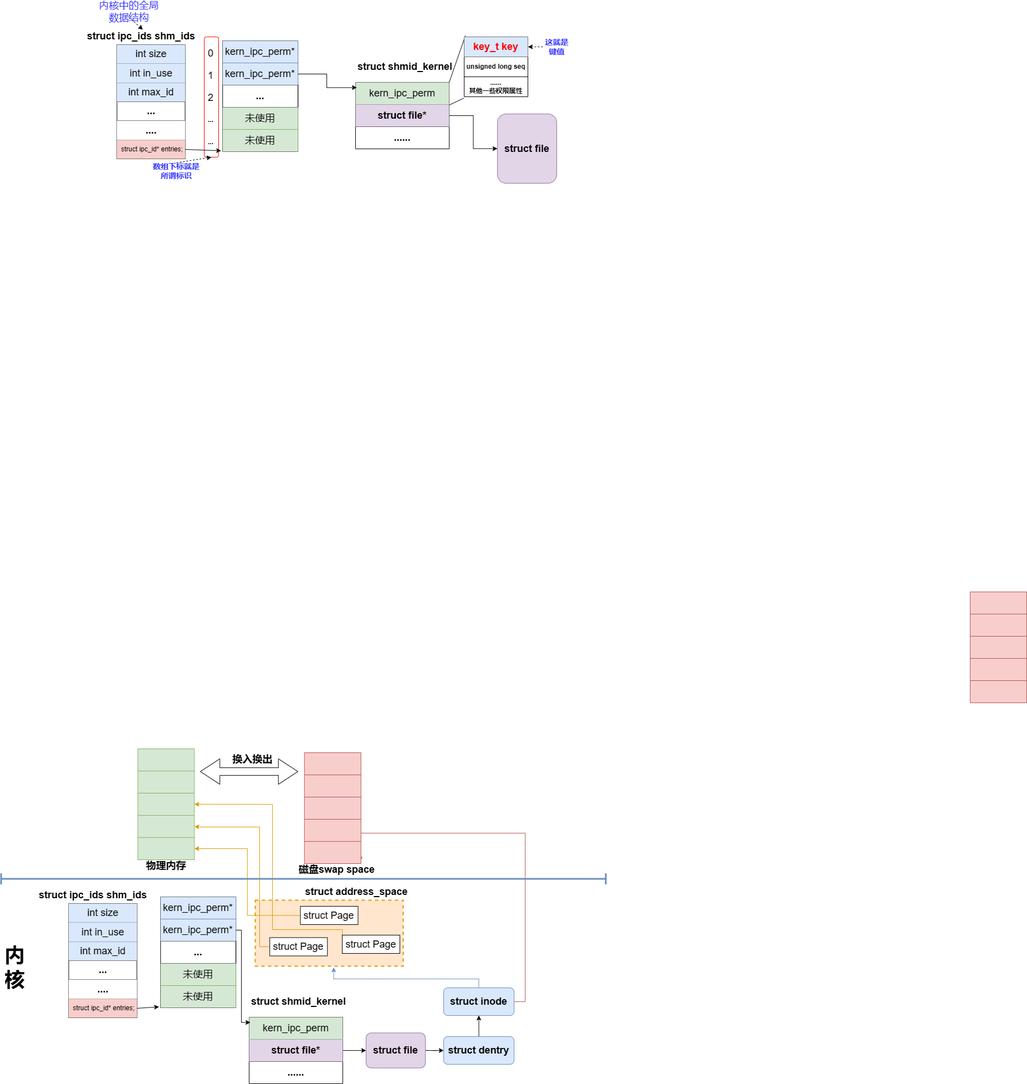
Before: OS/linux内核源代码情景分析/第六章/systemV共享内存.drawio.png, a diagram exported from draw.io (SixPlusAndTimes/drawio). Source tidied: cells renumbered, new cells last; positions are measured from the earlier drawing's top-left corner, leaving out a move shared by most shapes.
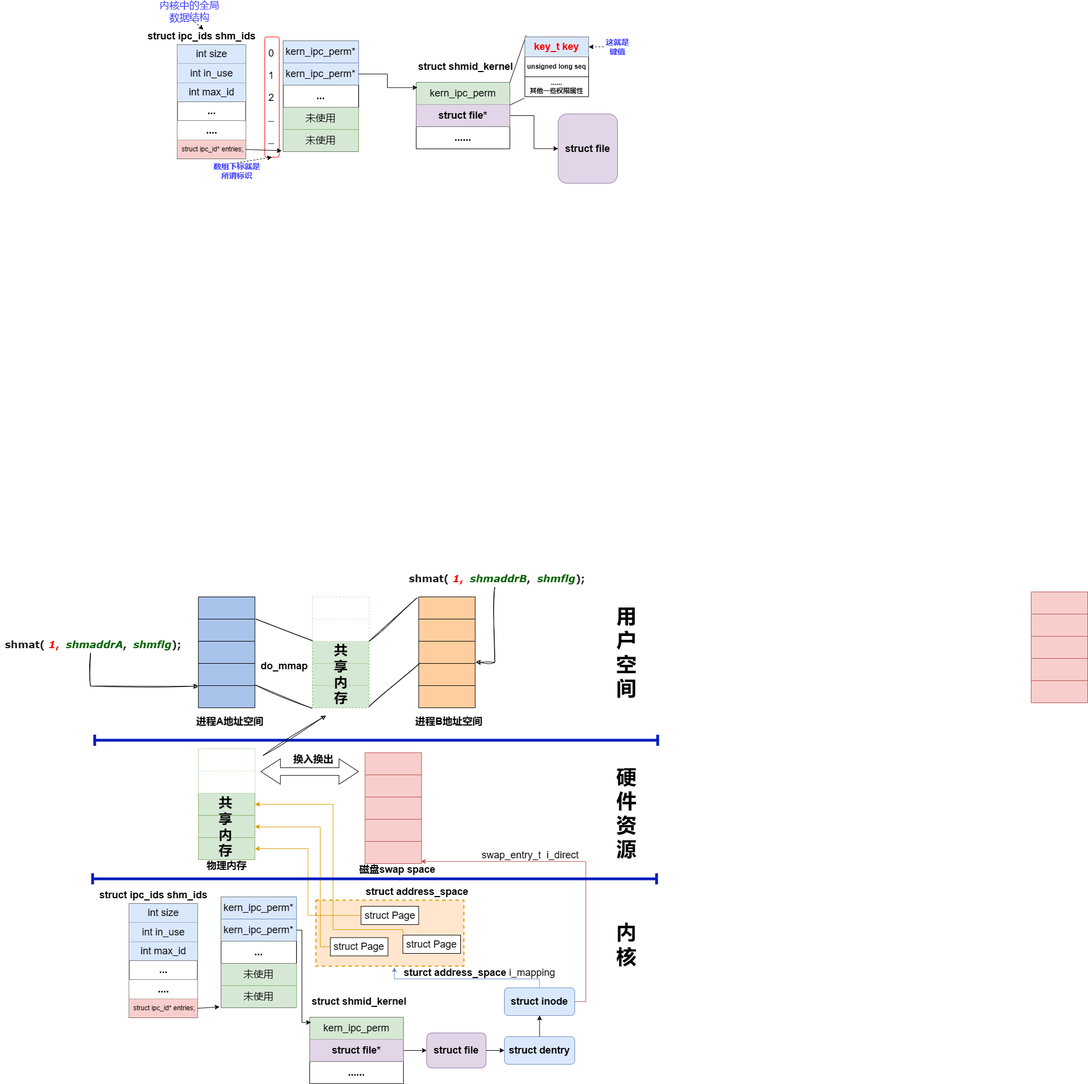
The same diagram one commit later.

Commit message:
更新systemV共享内存.drawio.png

What changed in the source:
```diff
@@ -331,3 +331,3 @@
           <mxPoint x="947" y="1795" />
-          <mxPoint x="947" y="1491" />
+          <mxPoint x="947" y="1542" />
         </Array>
@@ -458,3 +458,3 @@
     </mxCell>
-    <mxCell id="142" style="shape=partialRectangle;html=1;whiteSpace=wrap;strokeColor=inherit;overflow=hidden;fillColor=none;top=0;left=0;bottom=0;right=0;" parent="141" vertex="1">
+    <mxCell id="142" style="shape=partialRectangle;html=1;whiteSpace=wrap;overflow=hidden;top=0;left=0;bottom=0;right=0;" parent="141" vertex="1">
       <mxGeometry width="102" height="40" as="geometry" />
@@ -464,3 +464,3 @@
     </mxCell>
-    <mxCell id="144" style="shape=partialRectangle;html=1;whiteSpace=wrap;strokeColor=inherit;overflow=hidden;fillColor=none;top=0;left=0;bottom=0;right=0;" parent="143" vertex="1">
+    <mxCell id="144" style="shape=partialRectangle;html=1;whiteSpace=wrap;overflow=hidden;top=0;left=0;bottom=0;right=0;" parent="143" vertex="1">
       <mxGeometry width="102" height="40" as="geometry" />
@@ -494,8 +494,179 @@
     </mxCell>
-    <mxCell id="154" style="shape=crossbar;whiteSpace=wrap;html=1;rounded=1;direction=south;rotation=90;strokeWidth=3;fillColor=#dae8fc;strokeColor=#6c8ebf;" parent="1" vertex="1">
-      <mxGeometry x="537" y="1028" width="20" height="1091" as="geometry" />
+    <mxCell id="154" style="shape=crossbar;whiteSpace=wrap;html=1;rounded=1;direction=south;rotation=90;strokeWidth=5;fillColor=#0050ef;strokeColor=#001DBC;fontColor=#ffffff;" parent="1" vertex="1">
+      <mxGeometry x="556" y="1065" width="20" height="1017" as="geometry" />
     </mxCell>
     <mxCell id="155" value="&lt;font style=&quot;font-size: 36px;&quot;&gt;内&lt;br&gt;核&lt;/font&gt;" style="text;strokeColor=none;fillColor=none;html=1;fontSize=24;fontStyle=1;verticalAlign=middle;align=center;" parent="1" vertex="1">
-      <mxGeometry y="1693" width="51" height="80" as="geometry" />
+      <mxGeometry x="994" y="1651.5" width="51" height="80" as="geometry" />
     </mxCell>
+    <mxCell id="156" value="&lt;span style=&quot;border-color: var(--border-color);&quot;&gt;&lt;font style=&quot;border-color: var(--border-color); font-size: 18px;&quot;&gt;swap_entry_t&amp;nbsp; i_direct&lt;/font&gt;&lt;/span&gt;" style="text;html=1;strokeColor=none;fillColor=none;align=center;verticalAlign=middle;whiteSpace=wrap;rounded=0;" parent="1" vertex="1">
+      <mxGeometry x="752" y="1516" width="190" height="30" as="geometry" />
+    </mxCell>
+    <mxCell id="157" value="&lt;span style=&quot;border-color: var(--border-color);&quot;&gt;&lt;font style=&quot;border-color: var(--border-color); font-size: 18px;&quot;&gt;&lt;b style=&quot;border-color: var(--border-color); font-size: 12px;&quot;&gt;&lt;font style=&quot;border-color: var(--border-color); font-size: 18px;&quot;&gt;sturct address_space&lt;/font&gt;&lt;/b&gt;&amp;nbsp;i_mapping&lt;/font&gt;&lt;/span&gt;" style="text;html=1;strokeColor=none;fillColor=none;align=center;verticalAlign=middle;whiteSpace=wrap;rounded=0;" parent="1" vertex="1">
+      <mxGeometry x="609" y="1728" width="293" height="30" as="geometry" />
+    </mxCell>
+    <mxCell id="158" value="&lt;font style=&quot;font-size: 36px;&quot;&gt;硬&lt;br&gt;件&lt;br&gt;资&lt;br&gt;源&lt;/font&gt;" style="text;strokeColor=none;fillColor=none;html=1;fontSize=24;fontStyle=1;verticalAlign=middle;align=center;" parent="1" vertex="1">
+      <mxGeometry x="994" y="1415" width="51" height="80" as="geometry" />
+    </mxCell>
+    <mxCell id="159" style="shape=crossbar;whiteSpace=wrap;html=1;rounded=1;direction=south;rotation=90;strokeWidth=5;fillColor=#0050ef;strokeColor=#001DBC;fontColor=#ffffff;" parent="1" vertex="1">
+      <mxGeometry x="558.9" y="815.9" width="20" height="1015.2" as="geometry" />
+    </mxCell>
+    <mxCell id="160" value="&lt;font style=&quot;font-size: 36px;&quot;&gt;用&lt;br&gt;户&lt;br&gt;空&lt;br&gt;间&lt;/font&gt;" style="text;strokeColor=none;fillColor=none;html=1;fontSize=24;fontStyle=1;verticalAlign=middle;align=center;" parent="1" vertex="1">
+      <mxGeometry x="994" y="1125" width="51" height="80" as="geometry" />
+    </mxCell>
+    <mxCell id="161" style="shape=table;startSize=0;fillColor=#A9C4EB;strokeColor=default;" parent="1" vertex="1">
+      <mxGeometry x="248.2" y="1065" width="102" height="200" as="geometry" />
+    </mxCell>
+    <mxCell id="162" style="shape=tableRow;horizontal=0;startSize=0;swimlaneHead=0;swimlaneBody=0;strokeColor=inherit;top=0;left=0;bottom=0;right=0;fillColor=none;" parent="161" vertex="1">
+      <mxGeometry width="102" height="40" as="geometry" />
+    </mxCell>
+    <mxCell id="163" style="shape=partialRectangle;html=1;whiteSpace=wrap;strokeColor=inherit;overflow=hidden;fillColor=none;top=0;left=0;bottom=0;right=0;" parent="162" vertex="1">
+      <mxGeometry width="102" height="40" as="geometry" />
+    </mxCell>
+    <mxCell id="164" style="shape=tableRow;horizontal=0;startSize=0;swimlaneHead=0;swimlaneBody=0;strokeColor=inherit;top=0;left=0;bottom=0;right=0;fillColor=none;" parent="161" vertex="1">
+      <mxGeometry y="40" width="102" height="40" as="geometry" />
+    </mxCell>
+    <mxCell id="165" style="shape=partialRectangle;html=1;whiteSpace=wrap;strokeColor=inherit;overflow=hidden;fillColor=none;top=0;left=0;bottom=0;right=0;" parent="164" vertex="1">
+      <mxGeometry width="102" height="40" as="geometry" />
+    </mxCell>
+    <mxCell id="166" style="shape=tableRow;horizontal=0;startSize=0;swimlaneHead=0;swimlaneBody=0;strokeColor=inherit;top=0;left=0;bottom=0;right=0;fillColor=none;" parent="161" vertex="1">
+      <mxGeometry y="80" width="102" height="40" as="geometry" />
+    </mxCell>
+    <mxCell id="167" style="shape=partialRectangle;html=1;whiteSpace=wrap;strokeColor=inherit;overflow=hidden;fillColor=none;top=0;left=0;bottom=0;right=0;" parent="166" vertex="1">
+      <mxGeometry width="102" height="40" as="geometry" />
+    </mxCell>
+    <mxCell id="168" style="shape=tableRow;horizontal=0;startSize=0;swimlaneHead=0;swimlaneBody=0;strokeColor=inherit;top=0;left=0;bottom=0;right=0;fillColor=none;" parent="161" vertex="1">
+      <mxGeometry y="120" width="102" height="40" as="geometry" />
+    </mxCell>
+    <mxCell id="169" style="shape=partialRectangle;html=1;whiteSpace=wrap;strokeColor=inherit;overflow=hidden;fillColor=none;top=0;left=0;bottom=0;right=0;" parent="168" vertex="1">
+      <mxGeometry width="102" height="40" as="geometry" />
+    </mxCell>
+    <mxCell id="170" style="shape=tableRow;horizontal=0;startSize=0;swimlaneHead=0;swimlaneBody=0;strokeColor=inherit;top=0;left=0;bottom=0;right=0;fillColor=none;" parent="161" vertex="1">
+      <mxGeometry y="160" width="102" height="40" as="geometry" />
+    </mxCell>
+    <mxCell id="171" style="shape=partialRectangle;html=1;whiteSpace=wrap;strokeColor=inherit;overflow=hidden;fillColor=none;top=0;left=0;bottom=0;right=0;" parent="170" vertex="1">
+      <mxGeometry width="102" height="40" as="geometry" />
+    </mxCell>
+    <mxCell id="172" style="shape=table;startSize=0;fillColor=#FFCE9F;strokeColor=default;" parent="1" vertex="1">
+      <mxGeometry x="645.5" y="1065" width="102" height="200" as="geometry" />
+    </mxCell>
+    <mxCell id="173" style="shape=tableRow;horizontal=0;startSize=0;swimlaneHead=0;swimlaneBody=0;strokeColor=inherit;top=0;left=0;bottom=0;right=0;fillColor=none;points=[[0,0.5],[1,0.5]];portConstraint=eastwest;" parent="172" vertex="1">
+      <mxGeometry width="102" height="40" as="geometry" />
+    </mxCell>
+    <mxCell id="174" style="shape=partialRectangle;html=1;whiteSpace=wrap;strokeColor=inherit;overflow=hidden;fillColor=none;top=0;left=0;bottom=0;right=0;" parent="173" vertex="1">
+      <mxGeometry width="102" height="40" as="geometry" />
+    </mxCell>
+    <mxCell id="175" style="shape=tableRow;horizontal=0;startSize=0;swimlaneHead=0;swimlaneBody=0;strokeColor=inherit;top=0;left=0;bottom=0;right=0;fillColor=none;" parent="172" vertex="1">
+      <mxGeometry y="40" width="102" height="40" as="geometry" />
+    </mxCell>
+    <mxCell id="176" style="shape=partialRectangle;html=1;whiteSpace=wrap;strokeColor=inherit;overflow=hidden;fillColor=none;top=0;left=0;bottom=0;right=0;" parent="175" vertex="1">
+      <mxGeometry width="102" height="40" as="geometry" />
+    </mxCell>
+    <mxCell id="177" style="shape=tableRow;horizontal=0;startSize=0;swimlaneHead=0;swimlaneBody=0;strokeColor=inherit;top=0;left=0;bottom=0;right=0;fillColor=none;" parent="172" vertex="1">
+      <mxGeometry y="80" width="102" height="40" as="geometry" />
+    </mxCell>
+    <mxCell id="178" style="shape=partialRectangle;html=1;whiteSpace=wrap;strokeColor=inherit;overflow=hidden;fillColor=none;top=0;left=0;bottom=0;right=0;" parent="177" vertex="1">
+      <mxGeometry width="102" height="40" as="geometry" />
+    </mxCell>
+    <mxCell id="179" style="shape=tableRow;horizontal=0;startSize=0;swimlaneHead=0;swimlaneBody=0;strokeColor=inherit;top=0;left=0;bottom=0;right=0;fillColor=none;points=[[0,0.5],[1,0.5]];portConstraint=eastwest;" parent="172" vertex="1">
+      <mxGeometry y="120" width="102" height="40" as="geometry" />
+    </mxCell>
+    <mxCell id="180" style="shape=partialRectangle;html=1;whiteSpace=wrap;strokeColor=inherit;overflow=hidden;fillColor=none;top=0;left=0;bottom=0;right=0;" parent="179" vertex="1">
+      <mxGeometry width="102" height="40" as="geometry" />
+    </mxCell>
+    <mxCell id="181" style="shape=tableRow;horizontal=0;startSize=0;swimlaneHead=0;swimlaneBody=0;strokeColor=inherit;top=0;left=0;bottom=0;right=0;fillColor=none;" parent="172" vertex="1">
+      <mxGeometry y="160" width="102" height="40" as="geometry" />
+    </mxCell>
+    <mxCell id="182" style="shape=partialRectangle;html=1;whiteSpace=wrap;strokeColor=inherit;overflow=hidden;fillColor=none;top=0;left=0;bottom=0;right=0;" parent="181" vertex="1">
+      <mxGeometry width="102" height="40" as="geometry" />
+    </mxCell>
+    <mxCell id="183" value="&lt;span style=&quot;font-size: 18px;&quot;&gt;&lt;b&gt;进程A地址空间&lt;/b&gt;&lt;/span&gt;" style="text;html=1;strokeColor=none;fillColor=none;align=center;verticalAlign=middle;whiteSpace=wrap;rounded=0;" parent="1" vertex="1">
+      <mxGeometry x="204.8" y="1275" width="200.5" height="30" as="geometry" />
+    </mxCell>
+    <mxCell id="184" value="&lt;span style=&quot;font-size: 18px;&quot;&gt;&lt;b&gt;进程B&lt;/b&gt;&lt;/span&gt;&lt;b style=&quot;border-color: var(--border-color); font-size: 18px;&quot;&gt;地址空间&lt;/b&gt;" style="text;html=1;strokeColor=none;fillColor=none;align=center;verticalAlign=middle;whiteSpace=wrap;rounded=0;" parent="1" vertex="1">
+      <mxGeometry x="599.5" y="1275" width="200.5" height="30" as="geometry" />
+    </mxCell>
+    <mxCell id="185" style="edgeStyle=orthogonalEdgeStyle;rounded=0;sketch=1;hachureGap=4;jiggle=2;curveFitting=1;jettySize=auto;html=1;exitX=0.5;exitY=1;exitDx=0;exitDy=0;fontFamily=Architects Daughter;fontSource=https%3A%2F%2Ffonts.googleapis.com%2Fcss%3Ffamily%3DArchitects%2BDaughter;fontSize=16;" parent="1" edge="1" source="186">
+      <mxGeometry relative="1" as="geometry">
+        <mxPoint x="248" y="1226" as="targetPoint" />
+        <Array as="points">
+          <mxPoint x="54" y="1226" />
+        </Array>
+      </mxGeometry>
+    </mxCell>
+    <mxCell id="186" value="&lt;pre style=&quot;margin-left: 8px; text-align: start;&quot;&gt;&lt;font style=&quot;font-size: 18px;&quot; face=&quot;Verdana&quot;&gt;&lt;b style=&quot;&quot;&gt;&lt;font color=&quot;#181818&quot;&gt;shmat( &lt;/font&gt;&lt;font color=&quot;#ff0000&quot;&gt;&lt;i style=&quot;&quot;&gt;1&lt;/i&gt;,&lt;/font&gt;&lt;font color=&quot;#181818&quot;&gt;  &lt;/font&gt;&lt;i style=&quot;color: rgb(0, 96, 0);&quot;&gt;shmaddrA&lt;/i&gt;&lt;font color=&quot;#181818&quot;&gt;,  &lt;/font&gt;&lt;i style=&quot;color: rgb(0, 96, 0);&quot;&gt;shmflg&lt;/i&gt;&lt;font color=&quot;#181818&quot;&gt;);&lt;/font&gt;&lt;/b&gt;&lt;/font&gt;&lt;/pre&gt;" style="text;html=1;strokeColor=none;fillColor=none;align=center;verticalAlign=middle;whiteSpace=wrap;rounded=0;" parent="1" vertex="1">
+      <mxGeometry x="-46.5" y="1136" width="200.5" height="30" as="geometry" />
+    </mxCell>
+    <mxCell id="187" style="edgeStyle=orthogonalEdgeStyle;rounded=0;sketch=1;hachureGap=4;jiggle=2;curveFitting=1;jettySize=auto;html=1;exitX=0.5;exitY=1;exitDx=0;exitDy=0;entryX=1.012;entryY=-0.048;entryDx=0;entryDy=0;entryPerimeter=0;fontFamily=Architects Daughter;fontSource=https%3A%2F%2Ffonts.googleapis.com%2Fcss%3Ffamily%3DArchitects%2BDaughter;fontSize=16;" parent="1" edge="1" source="188" target="179">
+      <mxGeometry relative="1" as="geometry" />
+    </mxCell>
+    <mxCell id="188" value="&lt;pre style=&quot;margin-left: 8px; text-align: start;&quot;&gt;&lt;font style=&quot;font-size: 18px;&quot; face=&quot;Verdana&quot;&gt;&lt;b style=&quot;&quot;&gt;&lt;font color=&quot;#181818&quot;&gt;shmat( &lt;/font&gt;&lt;font color=&quot;#ff0000&quot;&gt;&lt;i style=&quot;&quot;&gt;1&lt;/i&gt;,&lt;/font&gt;&lt;font color=&quot;#181818&quot;&gt;  &lt;/font&gt;&lt;i style=&quot;color: rgb(0, 96, 0);&quot;&gt;shmaddrB&lt;/i&gt;&lt;font color=&quot;#181818&quot;&gt;,  &lt;/font&gt;&lt;i style=&quot;color: rgb(0, 96, 0);&quot;&gt;shmflg&lt;/i&gt;&lt;font color=&quot;#181818&quot;&gt;);&lt;/font&gt;&lt;/b&gt;&lt;/font&gt;&lt;/pre&gt;" style="text;html=1;strokeColor=none;fillColor=none;align=center;verticalAlign=middle;whiteSpace=wrap;rounded=0;" parent="1" vertex="1">
+      <mxGeometry x="595" y="1017" width="375.5" height="30" as="geometry" />
+    </mxCell>
+    <mxCell id="189" style="shape=table;startSize=0;fillColor=#d5e8d4;strokeColor=#82b366;dashed=1;" parent="1" vertex="1">
+      <mxGeometry x="454" y="1065" width="102" height="200" as="geometry" />
+    </mxCell>
+    <mxCell id="190" style="shape=tableRow;horizontal=0;startSize=0;swimlaneHead=0;swimlaneBody=0;strokeColor=inherit;top=0;left=0;bottom=0;right=0;fillColor=none;" parent="189" vertex="1">
+      <mxGeometry width="102" height="40" as="geometry" />
+    </mxCell>
+    <mxCell id="191" style="shape=partialRectangle;html=1;whiteSpace=wrap;overflow=hidden;top=0;left=0;bottom=0;right=0;" parent="190" vertex="1">
+      <mxGeometry width="102" height="40" as="geometry" />
+    </mxCell>
+    <mxCell id="192" style="shape=tableRow;horizontal=0;startSize=0;swimlaneHead=0;swimlaneBody=0;strokeColor=inherit;top=0;left=0;bottom=0;right=0;fillColor=none;" parent="189" vertex="1">
+      <mxGeometry y="40" width="102" height="40" as="geometry" />
+    </mxCell>
+    <mxCell id="193" style="shape=partialRectangle;html=1;whiteSpace=wrap;overflow=hidden;top=0;left=0;bottom=0;right=0;" parent="192" vertex="1">
+      <mxGeometry width="102" height="40" as="geometry" />
+    </mxCell>
+    <mxCell id="194" style="shape=tableRow;horizontal=0;startSize=0;swimlaneHead=0;swimlaneBody=0;strokeColor=inherit;top=0;left=0;bottom=0;right=0;fillColor=none;" parent="189" vertex="1">
+      <mxGeometry y="80" width="102" height="40" as="geometry" />
+    </mxCell>
+    <mxCell id="195" style="shape=partialRectangle;html=1;whiteSpace=wrap;strokeColor=inherit;overflow=hidden;fillColor=none;top=0;left=0;bottom=0;right=0;" parent="194" vertex="1">
+      <mxGeometry width="102" height="40" as="geometry" />
+    </mxCell>
+    <mxCell id="196" style="shape=tableRow;horizontal=0;startSize=0;swimlaneHead=0;swimlaneBody=0;strokeColor=inherit;top=0;left=0;bottom=0;right=0;fillColor=none;" parent="189" vertex="1">
+      <mxGeometry y="120" width="102" height="40" as="geometry" />
+    </mxCell>
+    <mxCell id="197" style="shape=partialRectangle;html=1;whiteSpace=wrap;strokeColor=inherit;overflow=hidden;fillColor=none;top=0;left=0;bottom=0;right=0;" parent="196" vertex="1">
+      <mxGeometry width="102" height="40" as="geometry" />
+    </mxCell>
+    <mxCell id="198" style="shape=tableRow;horizontal=0;startSize=0;swimlaneHead=0;swimlaneBody=0;strokeColor=inherit;top=0;left=0;bottom=0;right=0;fillColor=none;points=[[0,0.5],[1,0.5]];portConstraint=eastwest;" parent="189" vertex="1">
+      <mxGeometry y="160" width="102" height="40" as="geometry" />
+    </mxCell>
+    <mxCell id="199" style="shape=partialRectangle;html=1;whiteSpace=wrap;strokeColor=inherit;overflow=hidden;fillColor=none;top=0;left=0;bottom=0;right=0;" parent="198" vertex="1">
+      <mxGeometry width="102" height="40" as="geometry" />
+    </mxCell>
+    <mxCell id="200" style="endArrow=none;html=1;rounded=0;sketch=1;hachureGap=4;jiggle=2;curveFitting=1;fontFamily=Architects Daughter;fontSource=https%3A%2F%2Ffonts.googleapis.com%2Fcss%3Ffamily%3DArchitects%2BDaughter;fontSize=16;entryX=-0.006;entryY=1.021;entryDx=0;entryDy=0;entryPerimeter=0;" parent="1" edge="1" target="198">
+      <mxGeometry relative="1" as="geometry">
+        <mxPoint x="351" y="1224" as="sourcePoint" />
+      </mxGeometry>
+    </mxCell>
+    <mxCell id="201" style="endArrow=none;html=1;rounded=0;sketch=1;hachureGap=4;jiggle=2;curveFitting=1;fontFamily=Architects Daughter;fontSource=https%3A%2F%2Ffonts.googleapis.com%2Fcss%3Ffamily%3DArchitects%2BDaughter;fontSize=16;" parent="1" edge="1">
+      <mxGeometry relative="1" as="geometry">
+        <mxPoint x="352" y="1105" as="sourcePoint" />
+        <mxPoint x="454" y="1144" as="targetPoint" />
+      </mxGeometry>
+    </mxCell>
+    <mxCell id="202" style="endArrow=none;html=1;rounded=0;sketch=1;hachureGap=4;jiggle=2;curveFitting=1;fontFamily=Architects Daughter;fontSource=https%3A%2F%2Ffonts.googleapis.com%2Fcss%3Ffamily%3DArchitects%2BDaughter;fontSize=16;exitX=0.994;exitY=0.957;exitDx=0;exitDy=0;exitPerimeter=0;entryX=0.018;entryY=-0.003;entryDx=0;entryDy=0;entryPerimeter=0;" parent="1" edge="1" source="198" target="179">
+      <mxGeometry relative="1" as="geometry" />
+    </mxCell>
+    <mxCell id="203" style="endArrow=none;html=1;rounded=0;sketch=1;hachureGap=4;jiggle=2;curveFitting=1;fontFamily=Architects Daughter;fontSource=https%3A%2F%2Ffonts.googleapis.com%2Fcss%3Ffamily%3DArchitects%2BDaughter;fontSize=16;exitX=0.994;exitY=0.957;exitDx=0;exitDy=0;exitPerimeter=0;entryX=-0.028;entryY=0.04;entryDx=0;entryDy=0;entryPerimeter=0;" parent="1" edge="1" target="173">
+      <mxGeometry relative="1" as="geometry">
+        <mxPoint x="556" y="1145" as="sourcePoint" />
+      </mxGeometry>
+    </mxCell>
+    <mxCell id="204" style="endArrow=classic;html=1;rounded=0;sketch=1;hachureGap=4;jiggle=2;curveFitting=1;fontFamily=Architects Daughter;fontSource=https%3A%2F%2Ffonts.googleapis.com%2Fcss%3Ffamily%3DArchitects%2BDaughter;fontSize=16;" parent="1" edge="1">
+      <mxGeometry relative="1" as="geometry">
+        <mxPoint x="365" y="1351" as="sourcePoint" />
+        <mxPoint x="478" y="1279" as="targetPoint" />
+      </mxGeometry>
+    </mxCell>
+    <mxCell id="205" value="&lt;font style=&quot;font-size: 18px;&quot;&gt;&lt;b&gt;do_mmap&lt;/b&gt;&lt;/font&gt;" style="text;html=1;strokeColor=none;fillColor=none;align=center;verticalAlign=middle;whiteSpace=wrap;rounded=0;" parent="1" vertex="1">
+      <mxGeometry x="303" y="1175" width="200.5" height="30" as="geometry" />
+    </mxCell>
+    <mxCell id="206" value="&lt;b style=&quot;&quot;&gt;&lt;font style=&quot;font-size: 24px;&quot;&gt;共享内存&lt;/font&gt;&lt;/b&gt;" style="text;html=1;strokeColor=none;fillColor=none;align=center;verticalAlign=middle;whiteSpace=wrap;rounded=0;" parent="1" vertex="1">
+      <mxGeometry x="482.8" y="1190" width="44.5" height="30" as="geometry" />
+    </mxCell>
+    <mxCell id="207" value="&lt;b style=&quot;&quot;&gt;&lt;font style=&quot;font-size: 24px;&quot;&gt;共享内存&lt;/font&gt;&lt;/b&gt;" style="text;html=1;strokeColor=none;fillColor=none;align=center;verticalAlign=middle;whiteSpace=wrap;rounded=0;" parent="1" vertex="1">
+      <mxGeometry x="275" y="1465" width="44.5" height="30" as="geometry" />
+    </mxCell>
   </root>
```
